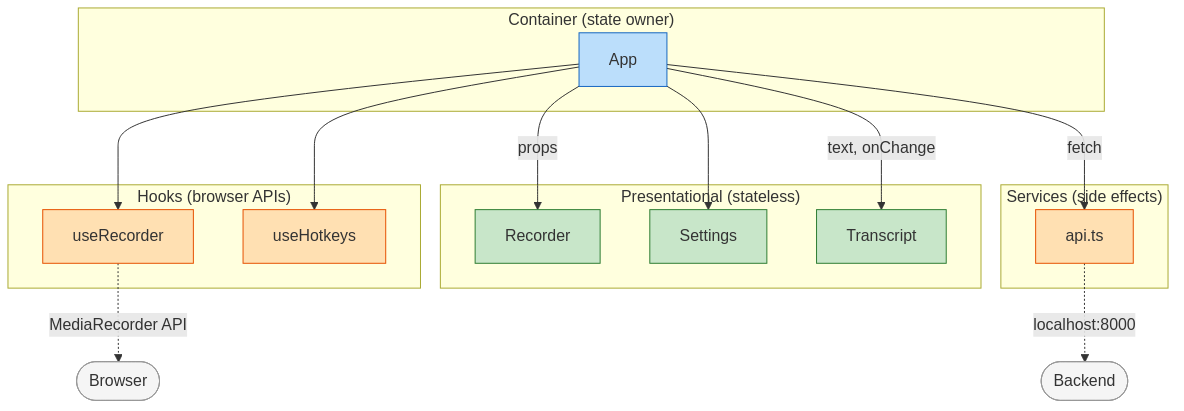
This is docs/v2/presentation/images/component-architecture.png from JohnYanez95/voice-scribe, a Mermaid export, as it was before one commit. Its source is kept beside it as docs/diagrams/component-architecture.mmd. Source of this version:
```mermaid
flowchart TB
    subgraph Container ["Container (state owner)"]
        App["App"]
    end

    subgraph Presentational ["Presentational (stateless)"]
        Recorder["Recorder"]
        Settings["Settings"]
        Transcript["Transcript"]
    end

    subgraph Hooks ["Hooks (browser APIs)"]
        useRecorder["useRecorder"]
        useHotkeys["useHotkeys"]
    end

    subgraph Services ["Services (side effects)"]
        api["api.ts"]
    end

    App -->|"props"| Recorder
    App --> Settings
    App -->|"text, onChange"| Transcript
    App --> useRecorder
    App --> useHotkeys
    App -->|"fetch"| api

    useRecorder -.->|"MediaRecorder API"| mic(["Browser"])
    api -.->|"localhost:8000"| backend(["Backend"])

    style App fill:#bbdefb,stroke:#1565c0
    style Recorder fill:#c8e6c9,stroke:#2e7d32
    style Settings fill:#c8e6c9,stroke:#2e7d32
    style Transcript fill:#c8e6c9,stroke:#2e7d32
    style useRecorder fill:#ffe0b2,stroke:#e65100
    style useHotkeys fill:#ffe0b2,stroke:#e65100
    style api fill:#ffe0b2,stroke:#e65100
    style mic fill:#f5f5f5,stroke:#999
    style backend fill:#f5f5f5,stroke:#999
```
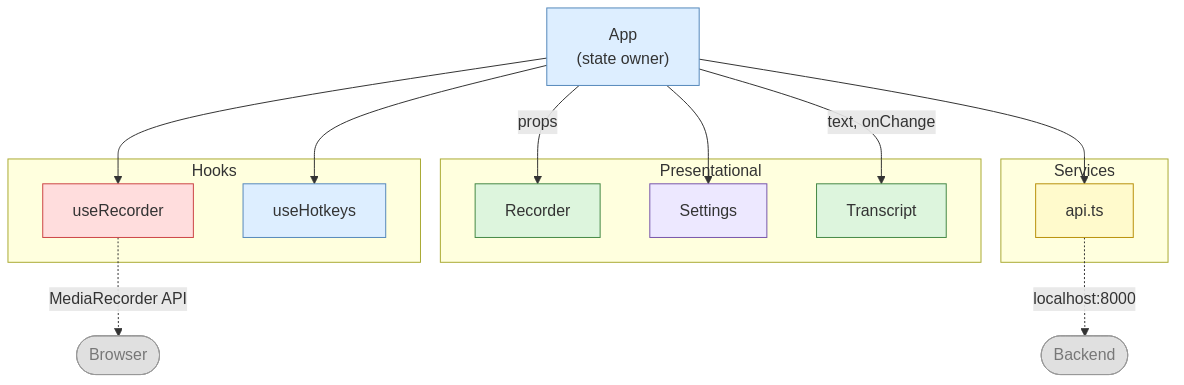
The same file after the commit.

Commit message:
Align component architecture diagram to semantic color palette

Match color scheme to state machine diagram standard: blue=container,
red=active hooks, lavender=settings, green=presentational, yellow=services.
Minor subgraph label cleanup. Re-rendered PNG.

Diff of the diagram source:
```diff
@@ -1,39 +1,37 @@
 flowchart TB
-    subgraph Container ["Container (state owner)"]
-        App["App"]
+    App["App\n(state owner)"]
+
+    subgraph Hooks ["Hooks"]
+        useRecorder["useRecorder"]
+        useHotkeys["useHotkeys"]
     end
 
-    subgraph Presentational ["Presentational (stateless)"]
+    subgraph Presentational ["Presentational"]
         Recorder["Recorder"]
         Settings["Settings"]
         Transcript["Transcript"]
     end
 
-    subgraph Hooks ["Hooks (browser APIs)"]
-        useRecorder["useRecorder"]
-        useHotkeys["useHotkeys"]
-    end
-
-    subgraph Services ["Services (side effects)"]
+    subgraph Services ["Services"]
         api["api.ts"]
     end
 
+    App --> useRecorder
+    App --> useHotkeys
     App -->|"props"| Recorder
     App --> Settings
     App -->|"text, onChange"| Transcript
-    App --> useRecorder
-    App --> useHotkeys
-    App -->|"fetch"| api
+    App --> api
 
     useRecorder -.->|"MediaRecorder API"| mic(["Browser"])
     api -.->|"localhost:8000"| backend(["Backend"])
 
-    style App fill:#bbdefb,stroke:#1565c0
-    style Recorder fill:#c8e6c9,stroke:#2e7d32
-    style Settings fill:#c8e6c9,stroke:#2e7d32
-    style Transcript fill:#c8e6c9,stroke:#2e7d32
-    style useRecorder fill:#ffe0b2,stroke:#e65100
-    style useHotkeys fill:#ffe0b2,stroke:#e65100
-    style api fill:#ffe0b2,stroke:#e65100
-    style mic fill:#f5f5f5,stroke:#999
-    style backend fill:#f5f5f5,stroke:#999
+    style App         fill:#ddeeff,stroke:#5588bb,color:#333
+    style useRecorder fill:#ffdddd,stroke:#cc4444,color:#333
+    style useHotkeys  fill:#ddeeff,stroke:#5588bb,color:#333
+    style Recorder    fill:#ddf5dd,stroke:#448844,color:#333
+    style Settings    fill:#ede8ff,stroke:#7755aa,color:#333
+    style Transcript  fill:#ddf5dd,stroke:#448844,color:#333
+    style api         fill:#fffacc,stroke:#b8900a,color:#333
+    style mic         fill:#e0e0e0,stroke:#999999,color:#777
+    style backend     fill:#e0e0e0,stroke:#999999,color:#777
```
